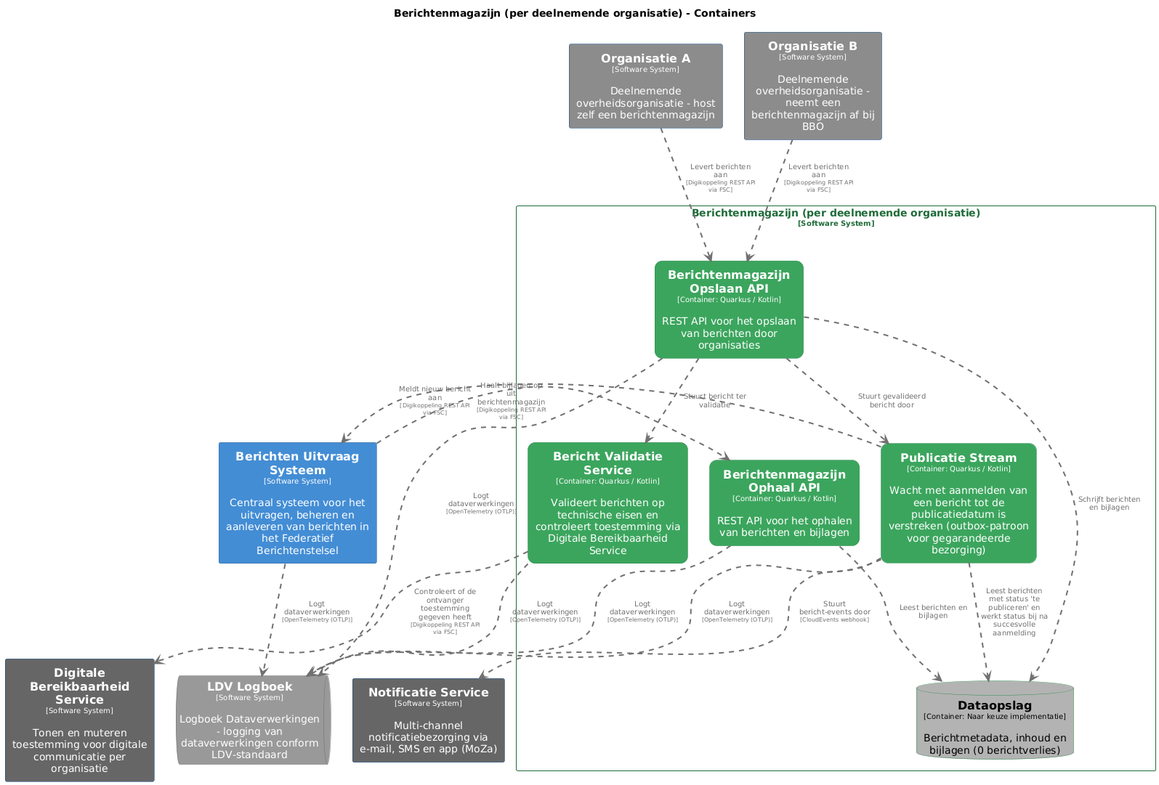
MinBZK/moza-poc-fbs-berichtenbox keeps this PlantUML diagram as pr-preview/pr-22/master/png/BerichtenmagazijnContainers.png. Above is the earlier version.
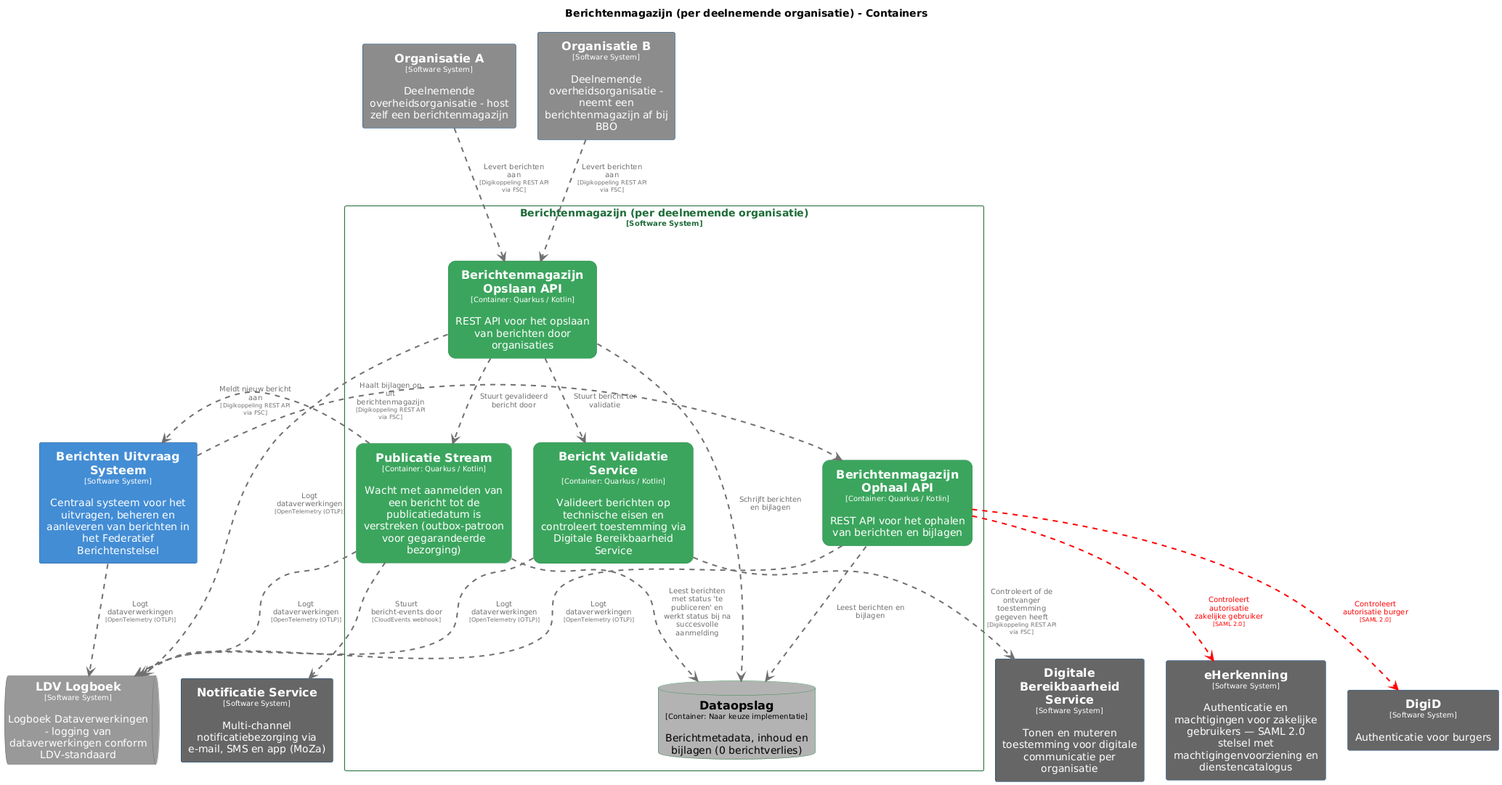
Later version of the same file.

The edit, as a diff of the source:
```diff
@@ -48,6 +48,12 @@
   BorderColor #2d8a4e
   shadowing false
 }
+skinparam rectangle<<DigiD>> {
+  BackgroundColor #666666
+  FontColor #ffffff
+  BorderColor #0b4884
+  shadowing false
+}
 skinparam rectangle<<DigitaleBereikbaarheidService>> {
   BackgroundColor #666666
   FontColor #ffffff
@@ -85,6 +91,12 @@
   roundCorner 20
   shadowing false
 }
+skinparam rectangle<<eHerkenning>> {
+  BackgroundColor #666666
+  FontColor #ffffff
+  BorderColor #0b4884
+  shadowing false
+}
 skinparam rectangle<<Berichtenmagazijnperdeelnemendeorganisatie>> {
   BorderColor #1e6b38
   FontColor #1e6b38
@@ -93,6 +105,8 @@
 
 rectangle "==Notificatie Service\n<size:10>[Software System]</size>\n\nMulti-channel notificatiebezorging via e-mail, SMS en app (MoZa)" <<NotificatieService>> as NotificatieService
 rectangle "==Digitale Bereikbaarheid Service\n<size:10>[Software System]</size>\n\nTonen en muteren toestemming voor digitale communicatie per organisatie" <<DigitaleBereikbaarheidService>> as DigitaleBereikbaarheidService
+rectangle "==eHerkenning\n<size:10>[Software System]</size>\n\nAuthenticatie en machtigingen voor zakelijke gebruikers — SAML 2.0 stelsel met machtigingenvoorziening en dienstencatalogus" <<eHerkenning>> as eHerkenning
+rectangle "==DigiD\n<size:10>[Software System]</size>\n\nAuthenticatie voor burgers" <<DigiD>> as DigiD
 rectangle "==Organisatie A\n<size:10>[Software System]</size>\n\nDeelnemende overheidsorganisatie - host zelf een berichtenmagazijn" <<OrganisatieA>> as OrganisatieA
 rectangle "==Organisatie B\n<size:10>[Software System]</size>\n\nDeelnemende overheidsorganisatie - neemt een berichtenmagazijn af bij BBO" <<OrganisatieB>> as OrganisatieB
 rectangle "==Berichten Uitvraag Systeem\n<size:10>[Software System]</size>\n\nCentraal systeem voor het uitvragen, beheren en aanleveren van berichten in het Federatief Berichtenstelsel" <<BerichtenUitvraagSysteem>> as BerichtenUitvraagSysteem
@@ -106,6 +120,8 @@
   rectangle "==Publicatie Stream\n<size:10>[Container: Quarkus / Kotlin]</size>\n\nWacht met aanmelden van een bericht tot de publicatiedatum is verstreken (outbox-patroon voor gegarandeerde bezorging)" <<Berichtenmagazijnperdeelnemendeorganisatie.PublicatieStream>> as Berichtenmagazijnperdeelnemendeorganisatie.PublicatieStream
 }
 
+Berichtenmagazijnperdeelnemendeorganisatie.BerichtenmagazijnOphaalAPI .[#ff0000,thickness=2].> DigiD : "<color:#ff0000>Controleert autorisatie burger\n<color:#ff0000><size:8>[SAML 2.0]</size>"
+Berichtenmagazijnperdeelnemendeorganisatie.BerichtenmagazijnOphaalAPI .[#707070,thickness=2].> LDVLogboek : "<color:#707070>Logt dataverwerkingen\n<color:#707070><size:8>[OpenTelemetry (OTLP)]</size>"
 Berichtenmagazijnperdeelnemendeorganisatie.BerichtenmagazijnOpslaanAPI .[#707070,thickness=2].> LDVLogboek : "<color:#707070>Logt dataverwerkingen\n<color:#707070><size:8>[OpenTelemetry (OTLP)]</size>"
 Berichtenmagazijnperdeelnemendeorganisatie.BerichtValidatieService .[#707070,thickness=2].> LDVLogboek : "<color:#707070>Logt dataverwerkingen\n<color:#707070><size:8>[OpenTelemetry (OTLP)]</size>"
 BerichtenUitvraagSysteem .[#707070,thickness=2].> LDVLogboek : "<color:#707070>Logt dataverwerkingen\n<color:#707070><size:8>[OpenTelemetry (OTLP)]</size>"
@@ -121,5 +137,5 @@
 OrganisatieA .[#707070,thickness=2].> Berichtenmagazijnperdeelnemendeorganisatie.BerichtenmagazijnOpslaanAPI : "<color:#707070>Levert berichten aan\n<color:#707070><size:8>[Digikoppeling REST API via FSC]</size>"
 OrganisatieB .[#707070,thickness=2].> Berichtenmagazijnperdeelnemendeorganisatie.BerichtenmagazijnOpslaanAPI : "<color:#707070>Levert berichten aan\n<color:#707070><size:8>[Digikoppeling REST API via FSC]</size>"
 Berichtenmagazijnperdeelnemendeorganisatie.BerichtValidatieService .[#707070,thickness=2].> DigitaleBereikbaarheidService : "<color:#707070>Controleert of de ontvanger toestemming gegeven heeft\n<color:#707070><size:8>[Digikoppeling REST API via FSC]</size>"
-Berichtenmagazijnperdeelnemendeorganisatie.BerichtenmagazijnOphaalAPI .[#707070,thickness=2].> LDVLogboek : "<color:#707070>Logt dataverwerkingen\n<color:#707070><size:8>[OpenTelemetry (OTLP)]</size>"
+Berichtenmagazijnperdeelnemendeorganisatie.BerichtenmagazijnOphaalAPI .[#ff0000,thickness=2].> eHerkenning : "<color:#ff0000>Controleert autorisatie zakelijke gebruiker\n<color:#ff0000><size:8>[SAML 2.0]</size>"
 @enduml
```
